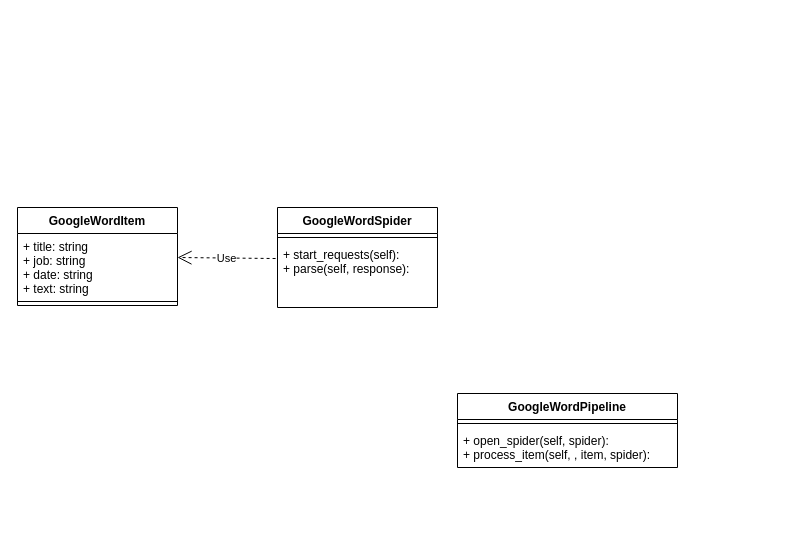
Earlier version of the draw.io diagram page "クラス図" (2 of 2) of スクレイピング.drawio (kaoru387/draw.io). Source tidied: cells renumbered, new cells numbered last; positions are measured from the earlier drawing's top-left corner, leaving out a move shared by most shapes. Both pictures are drawn from the tidied source at 100%, with x=0, y=0 at pixel (17, 207).
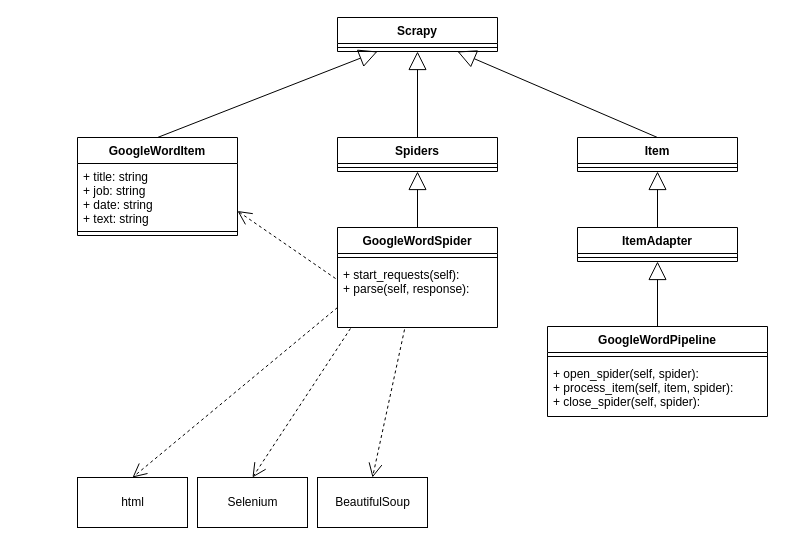
After the change.

Commit message (it also covers changes not shown here):
スクレイピング.drawio を更新します

The change refers to these unchanged cells:
```xml
<mxCell id="10" value="+ start_requests(self): &#10;+ parse(self, response): " style="text;strokeColor=none;fillColor=none;align=left;verticalAlign=top;spacingLeft=4;spacingRight=4;overflow=hidden;points=[[0,0.5],[1,0.5]];portConstraint=eastwest;" parent="8" vertex="1">
  <mxGeometry y="34" width="160" height="66" as="geometry" />
</mxCell>
```

The edit, as a diff of the source:
```diff
@@
     <mxCell id="2" value="GoogleWordItem" style="swimlane;fontStyle=1;align=center;verticalAlign=top;horizontal=1;startSize=26;" parent="1" vertex="1">
-      <mxGeometry width="160" height="98" as="geometry" />
+      <mxGeometry x="60" y="-70" width="160" height="98" as="geometry" />
     </mxCell>
@@
     <mxCell id="5" value="GoogleWordPipeline" style="swimlane;fontStyle=1;align=center;verticalAlign=top;horizontal=1;startSize=26;" parent="1" vertex="1">
-      <mxGeometry x="440" y="186" width="220" height="74" as="geometry" />
+      <mxGeometry x="530" y="119" width="220" height="90" as="geometry" />
     </mxCell>
@@
-    <mxCell id="7" value="+ open_spider(self, spider): &#10;+ process_item(self, , item, spider): " style="text;strokeColor=none;fillColor=none;align=left;verticalAlign=top;spacingLeft=4;spacingRight=4;overflow=hidden;" parent="5" vertex="1">
-      <mxGeometry y="34" width="220" height="40" as="geometry" />
+    <mxCell id="7" value="+ open_spider(self, spider): &#10;+ process_item(self, item, spider): &#10;+ close_spider(self, spider):" style="text;strokeColor=none;fillColor=none;align=left;verticalAlign=top;spacingLeft=4;spacingRight=4;overflow=hidden;" parent="5" vertex="1">
+      <mxGeometry y="34" width="220" height="56" as="geometry" />
     </mxCell>
     <mxCell id="8" value="GoogleWordSpider" style="swimlane;fontStyle=1;align=center;verticalAlign=top;horizontal=1;startSize=26;" parent="1" vertex="1">
-      <mxGeometry x="260" width="160" height="100" as="geometry" />
+      <mxGeometry x="320" y="20" width="160" height="100" as="geometry" />
     </mxCell>
@@
-    <mxCell id="11" value="Use" style="endArrow=open;endSize=12;dashed=1;html=1;rounded=0;exitX=-0.012;exitY=0.258;exitDx=0;exitDy=0;exitPerimeter=0;" parent="1" edge="1" source="10">
-      <mxGeometry relative="1" as="geometry">
-        <mxPoint x="160" y="50" as="targetPoint" />
-      </mxGeometry>
+    <mxCell id="11" style="endArrow=open;endSize=12;dashed=1;html=1;rounded=0;exitX=-0.012;exitY=0.258;exitDx=0;exitDy=0;exitPerimeter=0;entryX=1;entryY=0.75;entryDx=0;entryDy=0;" parent="1" edge="1" source="10" target="2">
+      <mxGeometry relative="1" as="geometry" />
     </mxCell>
+    <mxCell id="12" value="Spiders" style="swimlane;fontStyle=1;align=center;verticalAlign=top;horizontal=1;startSize=26;" parent="1" vertex="1">
+      <mxGeometry x="320" y="-70" width="160" height="34" as="geometry" />
+    </mxCell>
+    <mxCell id="13" style="line;strokeWidth=1;fillColor=none;align=left;verticalAlign=middle;spacingTop=-1;spacingLeft=3;spacingRight=3;labelPosition=right;" parent="12" vertex="1">
+      <mxGeometry y="26" width="160" height="8" as="geometry" />
+    </mxCell>
+    <mxCell id="14" style="endArrow=block;endSize=16;endFill=0;html=1;rounded=0;entryX=0.5;entryY=1;entryDx=0;entryDy=0;" parent="1" edge="1" target="12">
+      <mxGeometry relative="1" as="geometry">
+        <mxPoint x="400" y="20" as="sourcePoint" />
+      </mxGeometry>
+    </mxCell>
+    <mxCell id="15" value="Scrapy" style="swimlane;fontStyle=1;align=center;verticalAlign=top;horizontal=1;startSize=26;" parent="1" vertex="1">
+      <mxGeometry x="320" y="-190" width="160" height="34" as="geometry" />
+    </mxCell>
+    <mxCell id="16" style="line;strokeWidth=1;fillColor=none;align=left;verticalAlign=middle;spacingTop=-1;spacingLeft=3;spacingRight=3;labelPosition=right;" parent="15" vertex="1">
+      <mxGeometry y="26" width="160" height="8" as="geometry" />
+    </mxCell>
+    <mxCell id="17" style="endArrow=block;endSize=16;endFill=0;html=1;rounded=0;entryX=0.5;entryY=1;entryDx=0;entryDy=0;" parent="1" edge="1" target="15">
+      <mxGeometry relative="1" as="geometry">
+        <mxPoint x="400" y="-70" as="sourcePoint" />
+      </mxGeometry>
+    </mxCell>
+    <mxCell id="18" value="ItemAdapter" style="swimlane;fontStyle=1;align=center;verticalAlign=top;horizontal=1;startSize=26;" parent="1" vertex="1">
+      <mxGeometry x="560" y="20" width="160" height="34" as="geometry" />
+    </mxCell>
+    <mxCell id="19" style="line;strokeWidth=1;fillColor=none;align=left;verticalAlign=middle;spacingTop=-1;spacingLeft=3;spacingRight=3;labelPosition=right;" parent="18" vertex="1">
+      <mxGeometry y="26" width="160" height="8" as="geometry" />
+    </mxCell>
+    <mxCell id="20" value="Item" style="swimlane;fontStyle=1;align=center;verticalAlign=top;horizontal=1;startSize=26;" parent="1" vertex="1">
+      <mxGeometry x="560" y="-70" width="160" height="34" as="geometry" />
+    </mxCell>
+    <mxCell id="21" style="line;strokeWidth=1;fillColor=none;align=left;verticalAlign=middle;spacingTop=-1;spacingLeft=3;spacingRight=3;labelPosition=right;" parent="20" vertex="1">
+      <mxGeometry y="26" width="160" height="8" as="geometry" />
+    </mxCell>
+    <mxCell id="22" style="endArrow=block;endSize=16;endFill=0;html=1;rounded=0;exitX=0.5;exitY=0;exitDx=0;exitDy=0;entryX=0.25;entryY=1;entryDx=0;entryDy=0;" parent="1" edge="1" source="2" target="15">
+      <mxGeometry relative="1" as="geometry" />
+    </mxCell>
+    <mxCell id="23" style="endArrow=block;endSize=16;endFill=0;html=1;rounded=0;entryX=0.75;entryY=1;entryDx=0;entryDy=0;exitX=0.5;exitY=0;exitDx=0;exitDy=0;" parent="1" edge="1" source="20" target="15">
+      <mxGeometry relative="1" as="geometry" />
+    </mxCell>
+    <mxCell id="24" style="endArrow=block;endSize=16;endFill=0;html=1;rounded=0;entryX=0.5;entryY=1;entryDx=0;entryDy=0;exitX=0.5;exitY=0;exitDx=0;exitDy=0;" parent="1" edge="1" source="18" target="20">
+      <mxGeometry relative="1" as="geometry" />
+    </mxCell>
+    <mxCell id="25" style="endArrow=block;endSize=16;endFill=0;html=1;rounded=0;exitX=0.5;exitY=0;exitDx=0;exitDy=0;entryX=0.5;entryY=1;entryDx=0;entryDy=0;" parent="1" edge="1" source="5" target="18">
+      <mxGeometry relative="1" as="geometry" />
+    </mxCell>
+    <mxCell id="26" value="BeautifulSoup" style="html=1;" parent="1" vertex="1">
+      <mxGeometry x="300" y="270" width="110" height="50" as="geometry" />
+    </mxCell>
+    <mxCell id="27" value="Selenium" style="html=1;" parent="1" vertex="1">
+      <mxGeometry x="180" y="270" width="110" height="50" as="geometry" />
+    </mxCell>
+    <mxCell id="28" value="html" style="html=1;" parent="1" vertex="1">
+      <mxGeometry x="60" y="270" width="110" height="50" as="geometry" />
+    </mxCell>
+    <mxCell id="29" style="endArrow=open;endSize=12;dashed=1;html=1;rounded=0;exitX=0;exitY=0.697;exitDx=0;exitDy=0;exitPerimeter=0;entryX=0.5;entryY=0;entryDx=0;entryDy=0;" parent="1" edge="1" source="10" target="28">
+      <mxGeometry relative="1" as="geometry" />
+    </mxCell>
+    <mxCell id="30" style="endArrow=open;endSize=12;dashed=1;html=1;rounded=0;exitX=0.081;exitY=1.015;exitDx=0;exitDy=0;exitPerimeter=0;entryX=0.5;entryY=0;entryDx=0;entryDy=0;" parent="1" edge="1" source="10" target="27">
+      <mxGeometry relative="1" as="geometry" />
+    </mxCell>
+    <mxCell id="31" style="endArrow=open;endSize=12;dashed=1;html=1;rounded=0;exitX=0.419;exitY=1.03;exitDx=0;exitDy=0;exitPerimeter=0;entryX=0.5;entryY=0;entryDx=0;entryDy=0;" parent="1" edge="1" source="10" target="26">
+      <mxGeometry relative="1" as="geometry" />
+    </mxCell>
```
